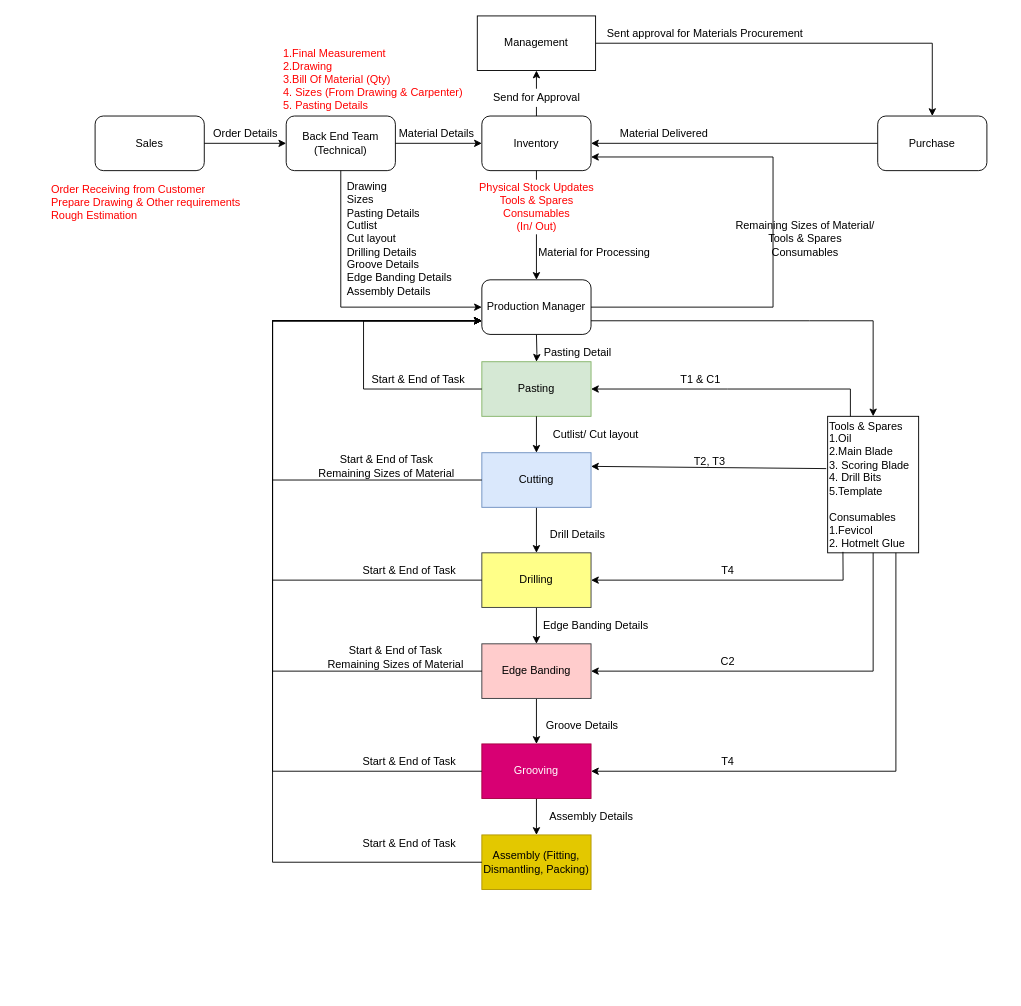
The draw.io diagram page "Page-1" (1 of 7) of Roles.drawio in cyadav18/InteriorDesign, before the edit. Source tidied: cells renumbered, new cells numbered last; positions are measured from the earlier drawing's top-left corner, leaving out a move shared by most shapes. Both pictures are drawn from the tidied source at 91%, with x=0, y=0 at pixel (49, 15).
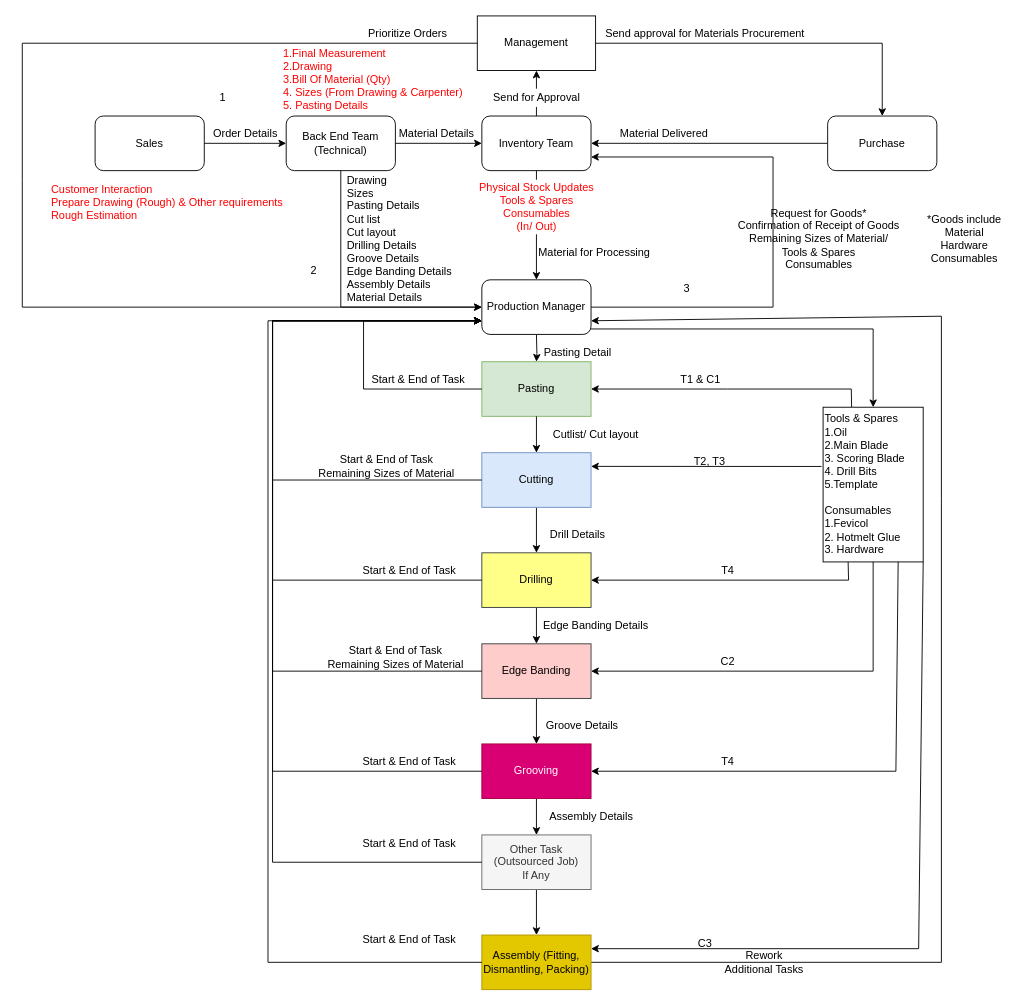
The same page after the edit.

Unchanged cells that the change refers to:
```xml
<mxCell id="3" value="Management" style="rounded=0;whiteSpace=wrap;html=1;" parent="1" vertex="1">
  <mxGeometry x="470" width="130" height="60" as="geometry" />
</mxCell>
<mxCell id="22" value="Pasting" style="whiteSpace=wrap;html=1;fillColor=#d5e8d4;strokeColor=#82b366;" parent="1" vertex="1">
  <mxGeometry x="475" y="380" width="120" height="60" as="geometry" />
</mxCell>
<mxCell id="27" value="Production Manager" style="rounded=1;whiteSpace=wrap;html=1;fontColor=#000000;" parent="1" vertex="1">
  <mxGeometry x="475" y="290" width="120" height="60" as="geometry" />
</mxCell>
<mxCell id="30" value="Drilling" style="whiteSpace=wrap;html=1;rounded=0;strokeColor=#36393d;fillColor=#ffff88;" parent="1" vertex="1">
  <mxGeometry x="475" y="590" width="120" height="60" as="geometry" />
</mxCell>
```

Diff of the diagram source:
```diff
@@
-    <mxCell id="5" value="Order Receiving from Customer&lt;br&gt;Prepare Drawing &amp;amp; Other requirements&lt;br&gt;Rough Estimation" style="text;html=1;align=left;verticalAlign=middle;strokeColor=none;fillColor=none;fontColor=#FF0000;" parent="1" vertex="1">
-      <mxGeometry y="180" width="220" height="50" as="geometry" />
+    <mxCell id="5" value="Customer Interaction&lt;br&gt;Prepare Drawing (Rough) &amp;amp; Other requirements&lt;br&gt;Rough Estimation" style="text;html=1;align=left;verticalAlign=middle;strokeColor=none;fillColor=none;fontColor=#FF0000;" parent="1" vertex="1">
+      <mxGeometry y="180" width="270" height="50" as="geometry" />
     </mxCell>
@@
-    <mxCell id="11" value="Inventory" style="rounded=1;whiteSpace=wrap;html=1;" parent="1" vertex="1">
+    <mxCell id="11" value="Inventory Team" style="rounded=1;whiteSpace=wrap;html=1;" parent="1" vertex="1">
       <mxGeometry x="475" y="110" width="120" height="60" as="geometry" />
     </mxCell>
@@
     <mxCell id="14" value="Purchase" style="whiteSpace=wrap;html=1;rounded=1;" parent="1" vertex="1">
-      <mxGeometry x="910" y="110" width="120" height="60" as="geometry" />
+      <mxGeometry x="855" y="110" width="120" height="60" as="geometry" />
     </mxCell>
@@
-    <mxCell id="16" value="Sent approval for Materials Procurement" style="text;html=1;align=center;verticalAlign=middle;strokeColor=none;fillColor=none;" parent="1" vertex="1">
+    <mxCell id="16" value="Send approval for Materials Procurement" style="text;html=1;align=center;verticalAlign=middle;strokeColor=none;fillColor=none;" parent="1" vertex="1">
       <mxGeometry x="605" y="10" width="230" height="20" as="geometry" />
     </mxCell>
@@
-    <mxCell id="21" value="Drawing&lt;br&gt;Sizes&lt;br&gt;Pasting Details&lt;br&gt;Cutlist &lt;br&gt;Cut layout&lt;br&gt;Drilling Details&lt;br&gt;Groove Details&lt;br&gt;Edge Banding Details&lt;br&gt;Assembly Details" style="text;html=1;align=left;verticalAlign=middle;strokeColor=none;fillColor=none;" parent="1" vertex="1">
-      <mxGeometry x="325" y="180" width="130" height="130" as="geometry" />
+    <mxCell id="21" value="Drawing&lt;br&gt;Sizes&lt;br&gt;Pasting Details&lt;br&gt;Cut list &lt;br&gt;Cut layout&lt;br&gt;Drilling Details&lt;br&gt;Groove Details&lt;br&gt;Edge Banding Details&lt;br&gt;Assembly Details&lt;br&gt;Material Details" style="text;html=1;align=left;verticalAlign=middle;strokeColor=none;fillColor=none;" parent="1" vertex="1">
+      <mxGeometry x="325" y="170" width="130" height="150" as="geometry" />
     </mxCell>
@@
-    <mxCell id="28" value="Remaining Sizes of Material/ &lt;br&gt;Tools &amp;amp; Spares&lt;br&gt;Consumables" style="text;html=1;align=center;verticalAlign=middle;strokeColor=none;fillColor=none;fontColor=#000000;" parent="1" vertex="1">
-      <mxGeometry x="745" y="220" width="170" height="50" as="geometry" />
+    <mxCell id="28" value="Request for Goods*&lt;br&gt;Confirmation of Receipt of Goods&lt;br&gt;Remaining Sizes of Material/ &lt;br&gt;Tools &amp;amp; Spares&lt;br&gt;Consumables" style="text;html=1;align=center;verticalAlign=middle;strokeColor=none;fillColor=none;fontColor=#000000;" parent="1" vertex="1">
+      <mxGeometry x="750" y="205" width="190" height="80" as="geometry" />
     </mxCell>
@@
-    <mxCell id="36" style="endArrow=classic;html=1;rounded=0;fontColor=#000000;exitX=1;exitY=0.75;exitDx=0;exitDy=0;entryX=0.5;entryY=0;entryDx=0;entryDy=0;" parent="1" edge="1" source="27" target="46">
+    <mxCell id="36" style="endArrow=classic;html=1;rounded=0;fontColor=#000000;exitX=0.992;exitY=0.9;exitDx=0;exitDy=0;entryX=0.5;entryY=0;entryDx=0;entryDy=0;exitPerimeter=0;" parent="1" edge="1" source="27" target="46">
       <mxGeometry relative="1" as="geometry">
         <Array as="points">
-          <mxPoint x="835" y="335" />
-          <mxPoint x="905" y="335" />
+          <mxPoint x="905" y="344" />
         </Array>
       </mxGeometry>
     </mxCell>
@@
-    <mxCell id="46" value="Tools &amp;amp; Spares&lt;br&gt;1.Oil&lt;br&gt;2.Main Blade&lt;br&gt;3. Scoring Blade&lt;br&gt;4. Drill Bits&lt;br&gt;5.Template&lt;br&gt;&lt;br&gt;Consumables&lt;br&gt;1.Fevicol&lt;br&gt;2. Hotmelt Glue" style="rounded=0;whiteSpace=wrap;html=1;fontColor=#000000;align=left;" parent="1" vertex="1">
-      <mxGeometry x="855" y="440" width="100" height="150" as="geometry" />
+    <mxCell id="46" value="Tools &amp;amp; Spares&lt;br&gt;1.Oil&lt;br&gt;2.Main Blade&lt;br&gt;3. Scoring Blade&lt;br&gt;4. Drill Bits&lt;br&gt;5.Template&lt;br&gt;&lt;br&gt;Consumables&lt;br&gt;1.Fevicol&lt;br&gt;2. Hotmelt Glue&lt;br&gt;3. Hardware" style="rounded=0;whiteSpace=wrap;html=1;fontColor=#000000;align=left;" parent="1" vertex="1">
+      <mxGeometry x="850" y="430" width="110" height="170" as="geometry" />
     </mxCell>
-    <mxCell id="47" style="endArrow=classic;html=1;rounded=0;fontColor=#000000;exitX=0.25;exitY=0;exitDx=0;exitDy=0;entryX=1;entryY=0.5;entryDx=0;entryDy=0;" parent="1" edge="1" source="46" target="22">
+    <mxCell id="47" style="endArrow=classic;html=1;rounded=0;fontColor=#000000;exitX=0.285;exitY=-0.001;exitDx=0;exitDy=0;entryX=1;entryY=0.5;entryDx=0;entryDy=0;exitPerimeter=0;" parent="1" edge="1" source="46" target="22">
       <mxGeometry relative="1" as="geometry">
         <Array as="points">
-          <mxPoint x="880" y="410" />
+          <mxPoint x="881" y="410" />
           <mxPoint x="745" y="410" />
         </Array>
       </mxGeometry>
     </mxCell>
@@
-    <mxCell id="49" style="endArrow=classic;html=1;rounded=0;fontColor=#000000;exitX=0.168;exitY=0.993;exitDx=0;exitDy=0;entryX=1;entryY=0.5;entryDx=0;entryDy=0;exitPerimeter=0;" parent="1" edge="1" source="46" target="30">
+    <mxCell id="49" style="endArrow=classic;html=1;rounded=0;fontColor=#000000;exitX=0.25;exitY=1;exitDx=0;exitDy=0;entryX=1;entryY=0.5;entryDx=0;entryDy=0;" parent="1" edge="1" source="46" target="30">
       <mxGeometry relative="1" as="geometry">
         <Array as="points">
-          <mxPoint x="872" y="620" />
+          <mxPoint x="878" y="620" />
         </Array>
       </mxGeometry>
     </mxCell>
@@
+    <mxCell id="71" style="edgeStyle=orthogonalEdgeStyle;rounded=0;jettySize=auto;html=1;" parent="1" edge="1" source="62" target="74">
+      <mxGeometry relative="1" as="geometry" />
+    </mxCell>
-    <mxCell id="62" value="Assembly (Fitting, Dismantling, Packing)" style="whiteSpace=wrap;html=1;rounded=0;strokeColor=#B09500;fillColor=#e3c800;fontColor=#000000;" parent="1" vertex="1">
+    <mxCell id="62" value="Other Task (Outsourced Job)&lt;br&gt;If Any" style="whiteSpace=wrap;html=1;rounded=0;strokeColor=#666666;fillColor=#f5f5f5;fontColor=#333333;" parent="1" vertex="1">
       <mxGeometry x="475" y="900" width="120" height="60" as="geometry" />
     </mxCell>
@@
+    <mxCell id="72" style="endArrow=classic;html=1;rounded=0;exitX=1;exitY=0.5;exitDx=0;exitDy=0;entryX=1;entryY=0.75;entryDx=0;entryDy=0;" parent="1" edge="1" source="74" target="27">
+      <mxGeometry relative="1" as="geometry">
+        <Array as="points">
+          <mxPoint x="980" y="1040" />
+          <mxPoint x="980" y="530" />
+          <mxPoint x="980" y="330" />
+        </Array>
+      </mxGeometry>
+    </mxCell>
+    <mxCell id="73" value="Rework&lt;br&gt;Additional Tasks" style="text;html=1;align=center;verticalAlign=middle;strokeColor=none;fillColor=none;" parent="1" vertex="1">
+      <mxGeometry x="735" y="1025" width="100" height="30" as="geometry" />
+    </mxCell>
+    <mxCell id="74" value="Assembly (Fitting, Dismantling, Packing)" style="whiteSpace=wrap;html=1;rounded=0;strokeColor=#B09500;fillColor=#e3c800;fontColor=#000000;" parent="1" vertex="1">
+      <mxGeometry x="475" y="1010" width="120" height="60" as="geometry" />
+    </mxCell>
+    <mxCell id="75" style="endArrow=classic;html=1;rounded=0;entryX=0;entryY=0.75;entryDx=0;entryDy=0;exitX=0;exitY=0.5;exitDx=0;exitDy=0;" parent="1" edge="1" source="74" target="27">
+      <mxGeometry relative="1" as="geometry">
+        <Array as="points">
+          <mxPoint x="240" y="1040" />
+          <mxPoint x="240" y="690" />
+          <mxPoint x="240" y="335" />
+        </Array>
+      </mxGeometry>
+    </mxCell>
+    <mxCell id="76" value="Start &amp;amp; End of Task" style="text;html=1;align=center;verticalAlign=middle;strokeColor=none;fillColor=none;fontColor=#000000;" parent="1" vertex="1">
+      <mxGeometry x="335" y="1005" width="120" height="20" as="geometry" />
+    </mxCell>
+    <mxCell id="77" style="endArrow=classic;html=1;rounded=0;fontColor=#FF3333;exitX=1;exitY=1;exitDx=0;exitDy=0;entryX=1;entryY=0.25;entryDx=0;entryDy=0;" parent="1" edge="1" source="46" target="74">
+      <mxGeometry relative="1" as="geometry">
+        <Array as="points">
+          <mxPoint x="955" y="1025" />
+        </Array>
+      </mxGeometry>
+    </mxCell>
+    <mxCell id="78" value="&lt;font color=&quot;#000000&quot;&gt;C3&lt;/font&gt;" style="text;html=1;align=center;verticalAlign=middle;strokeColor=none;fillColor=none;fontColor=#FF3333;" parent="1" vertex="1">
+      <mxGeometry x="705" y="1010" width="30" height="20" as="geometry" />
+    </mxCell>
+    <mxCell id="79" value="*Goods include&lt;br&gt;Material&lt;br&gt;Hardware&lt;br&gt;Consumables" style="text;html=1;align=center;verticalAlign=middle;strokeColor=none;fillColor=none;" parent="1" vertex="1">
+      <mxGeometry x="960" y="215" width="90" height="60" as="geometry" />
+    </mxCell>
+    <mxCell id="80" value="1" style="text;html=1;align=center;verticalAlign=middle;strokeColor=none;fillColor=none;" parent="1" vertex="1">
+      <mxGeometry x="180" y="80" width="20" height="20" as="geometry" />
+    </mxCell>
+    <mxCell id="81" value="2" style="text;html=1;align=center;verticalAlign=middle;strokeColor=none;fillColor=none;" parent="1" vertex="1">
+      <mxGeometry x="280" y="270" width="20" height="20" as="geometry" />
+    </mxCell>
+    <mxCell id="82" value="3" style="text;html=1;align=center;verticalAlign=middle;strokeColor=none;fillColor=none;" parent="1" vertex="1">
+      <mxGeometry x="690" y="290" width="20" height="20" as="geometry" />
+    </mxCell>
+    <mxCell id="83" value="Prioritize Orders&amp;nbsp;" style="text;html=1;align=center;verticalAlign=middle;strokeColor=none;fillColor=none;" parent="1" vertex="1">
+      <mxGeometry x="345" y="10" width="100" height="20" as="geometry" />
+    </mxCell>
+    <mxCell id="84" style="endArrow=classic;html=1;rounded=0;exitX=0;exitY=0.5;exitDx=0;exitDy=0;entryX=0;entryY=0.5;entryDx=0;entryDy=0;" parent="1" edge="1" source="3" target="27">
+      <mxGeometry relative="1" as="geometry">
+        <Array as="points">
+          <mxPoint x="-30" y="30" />
+          <mxPoint x="-30" y="180" />
+          <mxPoint x="-30" y="320" />
+        </Array>
+      </mxGeometry>
+    </mxCell>
```
